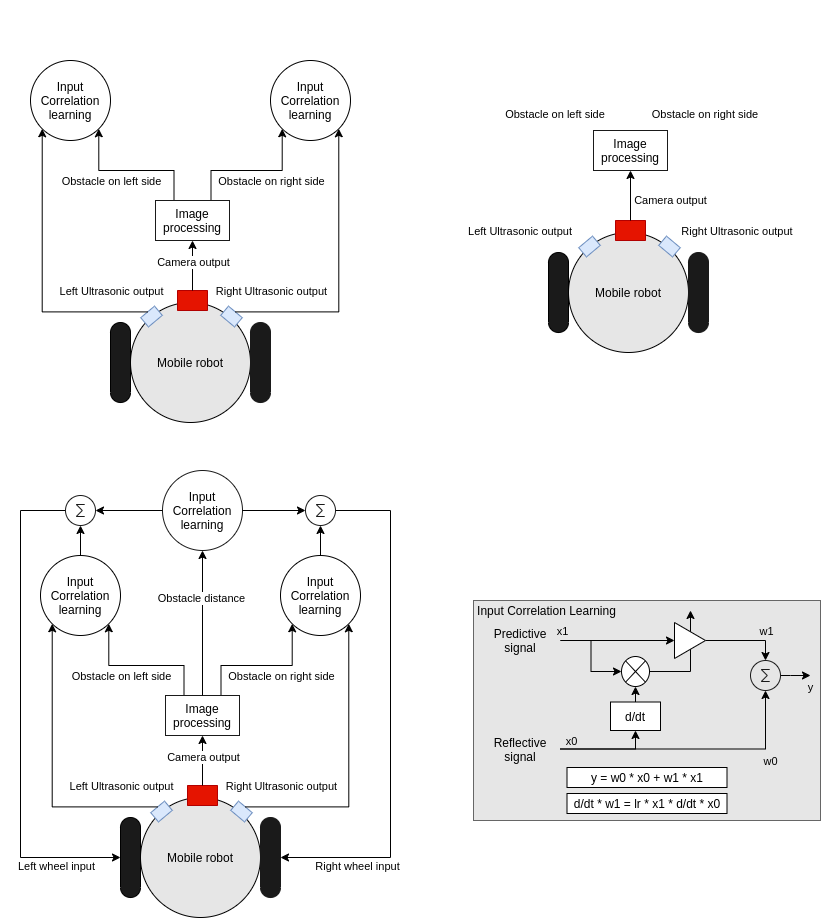
Earlier version of the draw.io export midway_presentation/figures/adaptive_neurale_circuit.png (mikkellars/Obstacle-Avoidance-with-ICO). Source tidied: cells renumbered, new cells last; positions are measured from the earlier drawing's top-left corner, leaving out a move shared by most shapes.
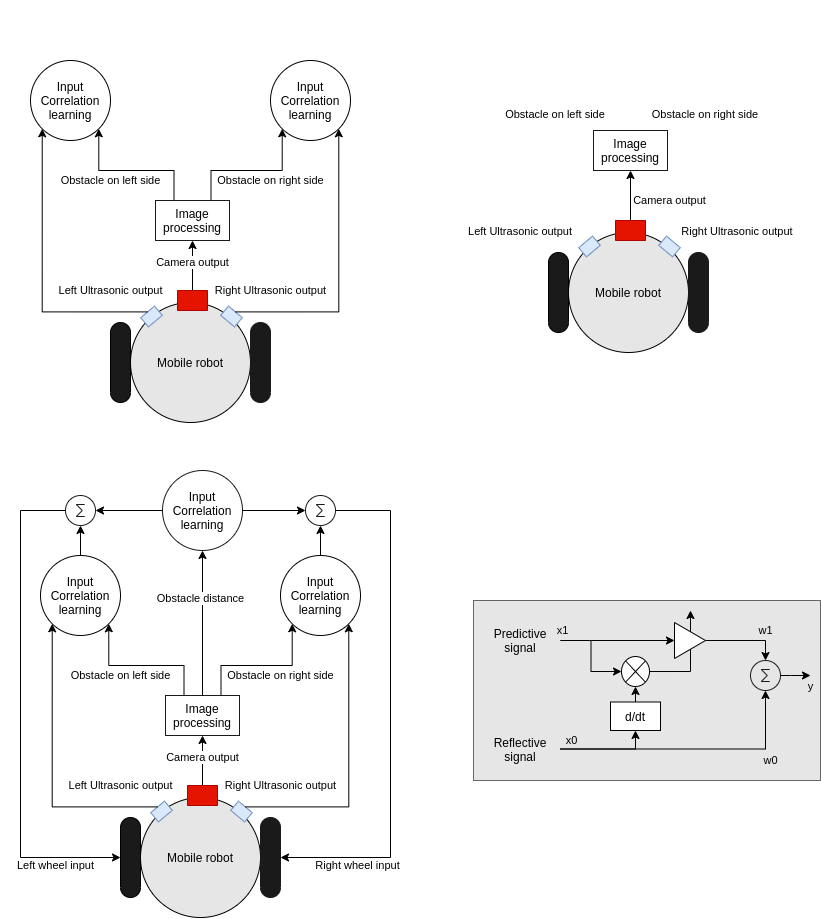
The same diagram one commit later.

What changed in the source:
```diff
@@ -3,7 +3,7 @@
     <mxCell id="0" />
     <mxCell id="1" parent="0" />
     <mxCell id="2" style="rounded=0;whiteSpace=wrap;html=1;fillColor=#E6E6E6;strokeColor=#666666;fontColor=#333333;" parent="1" vertex="1">
-      <mxGeometry x="473" y="600" width="347" height="220" as="geometry" />
+      <mxGeometry x="473" y="600" width="347" height="180" as="geometry" />
     </mxCell>
     <mxCell id="3" style="group;rotation=-180;" parent="1" vertex="1">
       <mxGeometry x="550" y="220" width="160" height="132" as="geometry" />
@@ -331,14 +331,5 @@
     <mxCell id="90" style="triangle;whiteSpace=wrap;html=1;" parent="1" vertex="1">
       <mxGeometry x="674" y="622" width="31" height="36" as="geometry" />
     </mxCell>
-    <mxCell id="91" value="y = w0 * x0 + w1 * x1" style="rounded=0;whiteSpace=wrap;html=1;" parent="1" vertex="1">
-      <mxGeometry x="566.5" y="767" width="160" height="20" as="geometry" />
-    </mxCell>
-    <mxCell id="92" value="d/dt * w1 = lr * x1 * d/dt * x0" style="rounded=0;whiteSpace=wrap;html=1;" parent="1" vertex="1">
-      <mxGeometry x="566.5" y="793" width="160" height="20" as="geometry" />
-    </mxCell>
-    <mxCell id="93" value="Input Correlation Learning" style="text;html=1;strokeColor=none;fillColor=none;align=center;verticalAlign=middle;whiteSpace=wrap;rounded=0;labelBackgroundColor=#E6E6E6;" parent="1" vertex="1">
-      <mxGeometry x="473" y="600" width="147" height="20" as="geometry" />
-    </mxCell>
   </root>
 </mxGraphModel>
```
